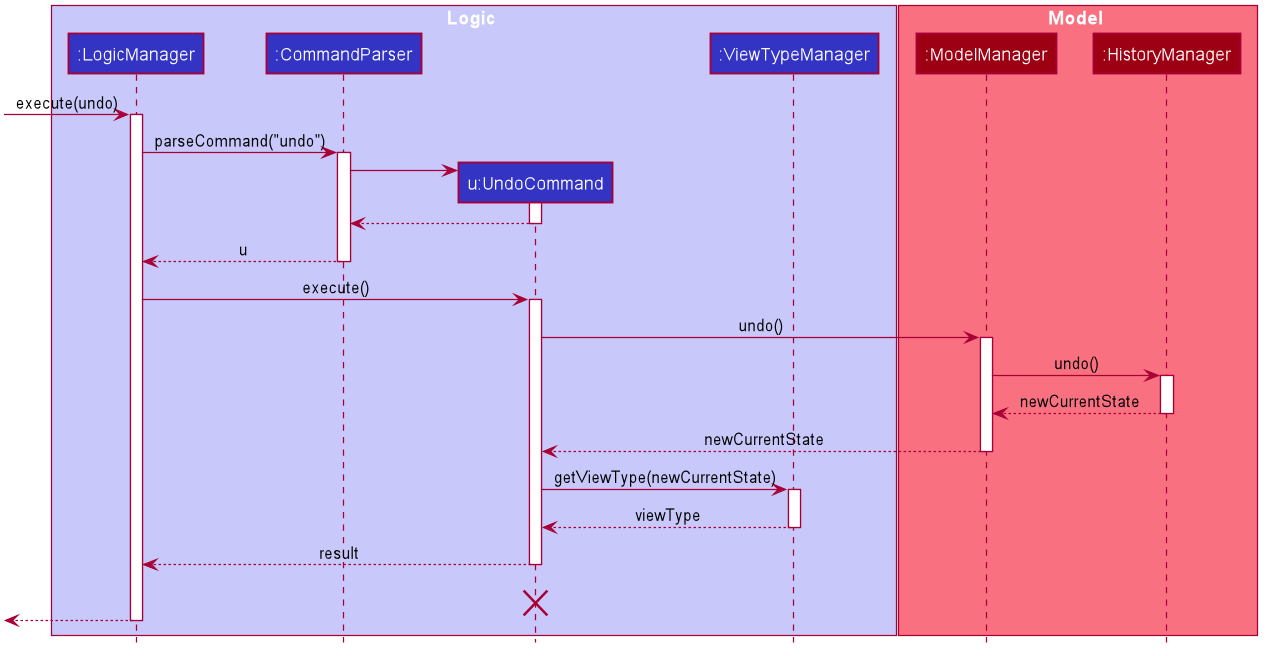
pennhanlee/tp keeps this PlantUML diagram as docs/images/UndoSequenceDiagram.png. Above is the earlier version.
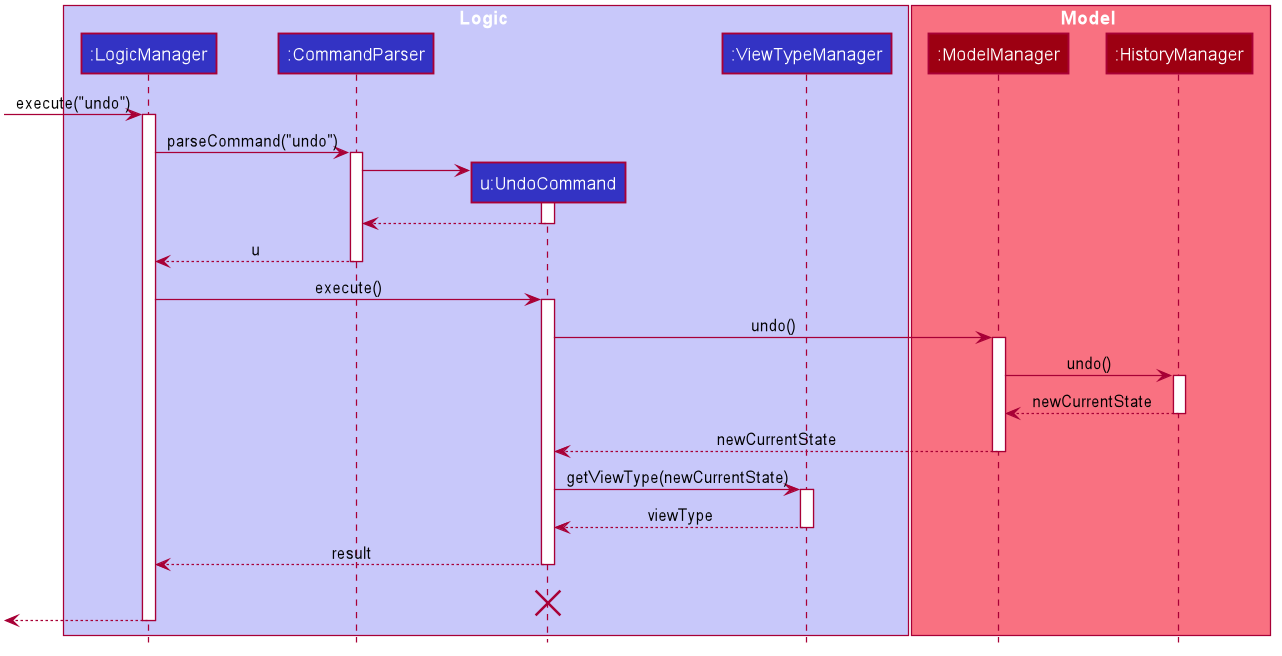
The same diagram one commit later.

The edit, as a diff of the source:
```diff
@@ -60,7 +60,7 @@
 participant ":ModelManager" as ModelManager #9D0012
 participant ":HistoryManager" as HistoryManager #9D0012
 end box
-[-> LogicManager : execute(undo)
+[-> LogicManager : execute("undo")
 activate LogicManager
 
 LogicManager -> CommandParser : parseCommand("undo")
```
